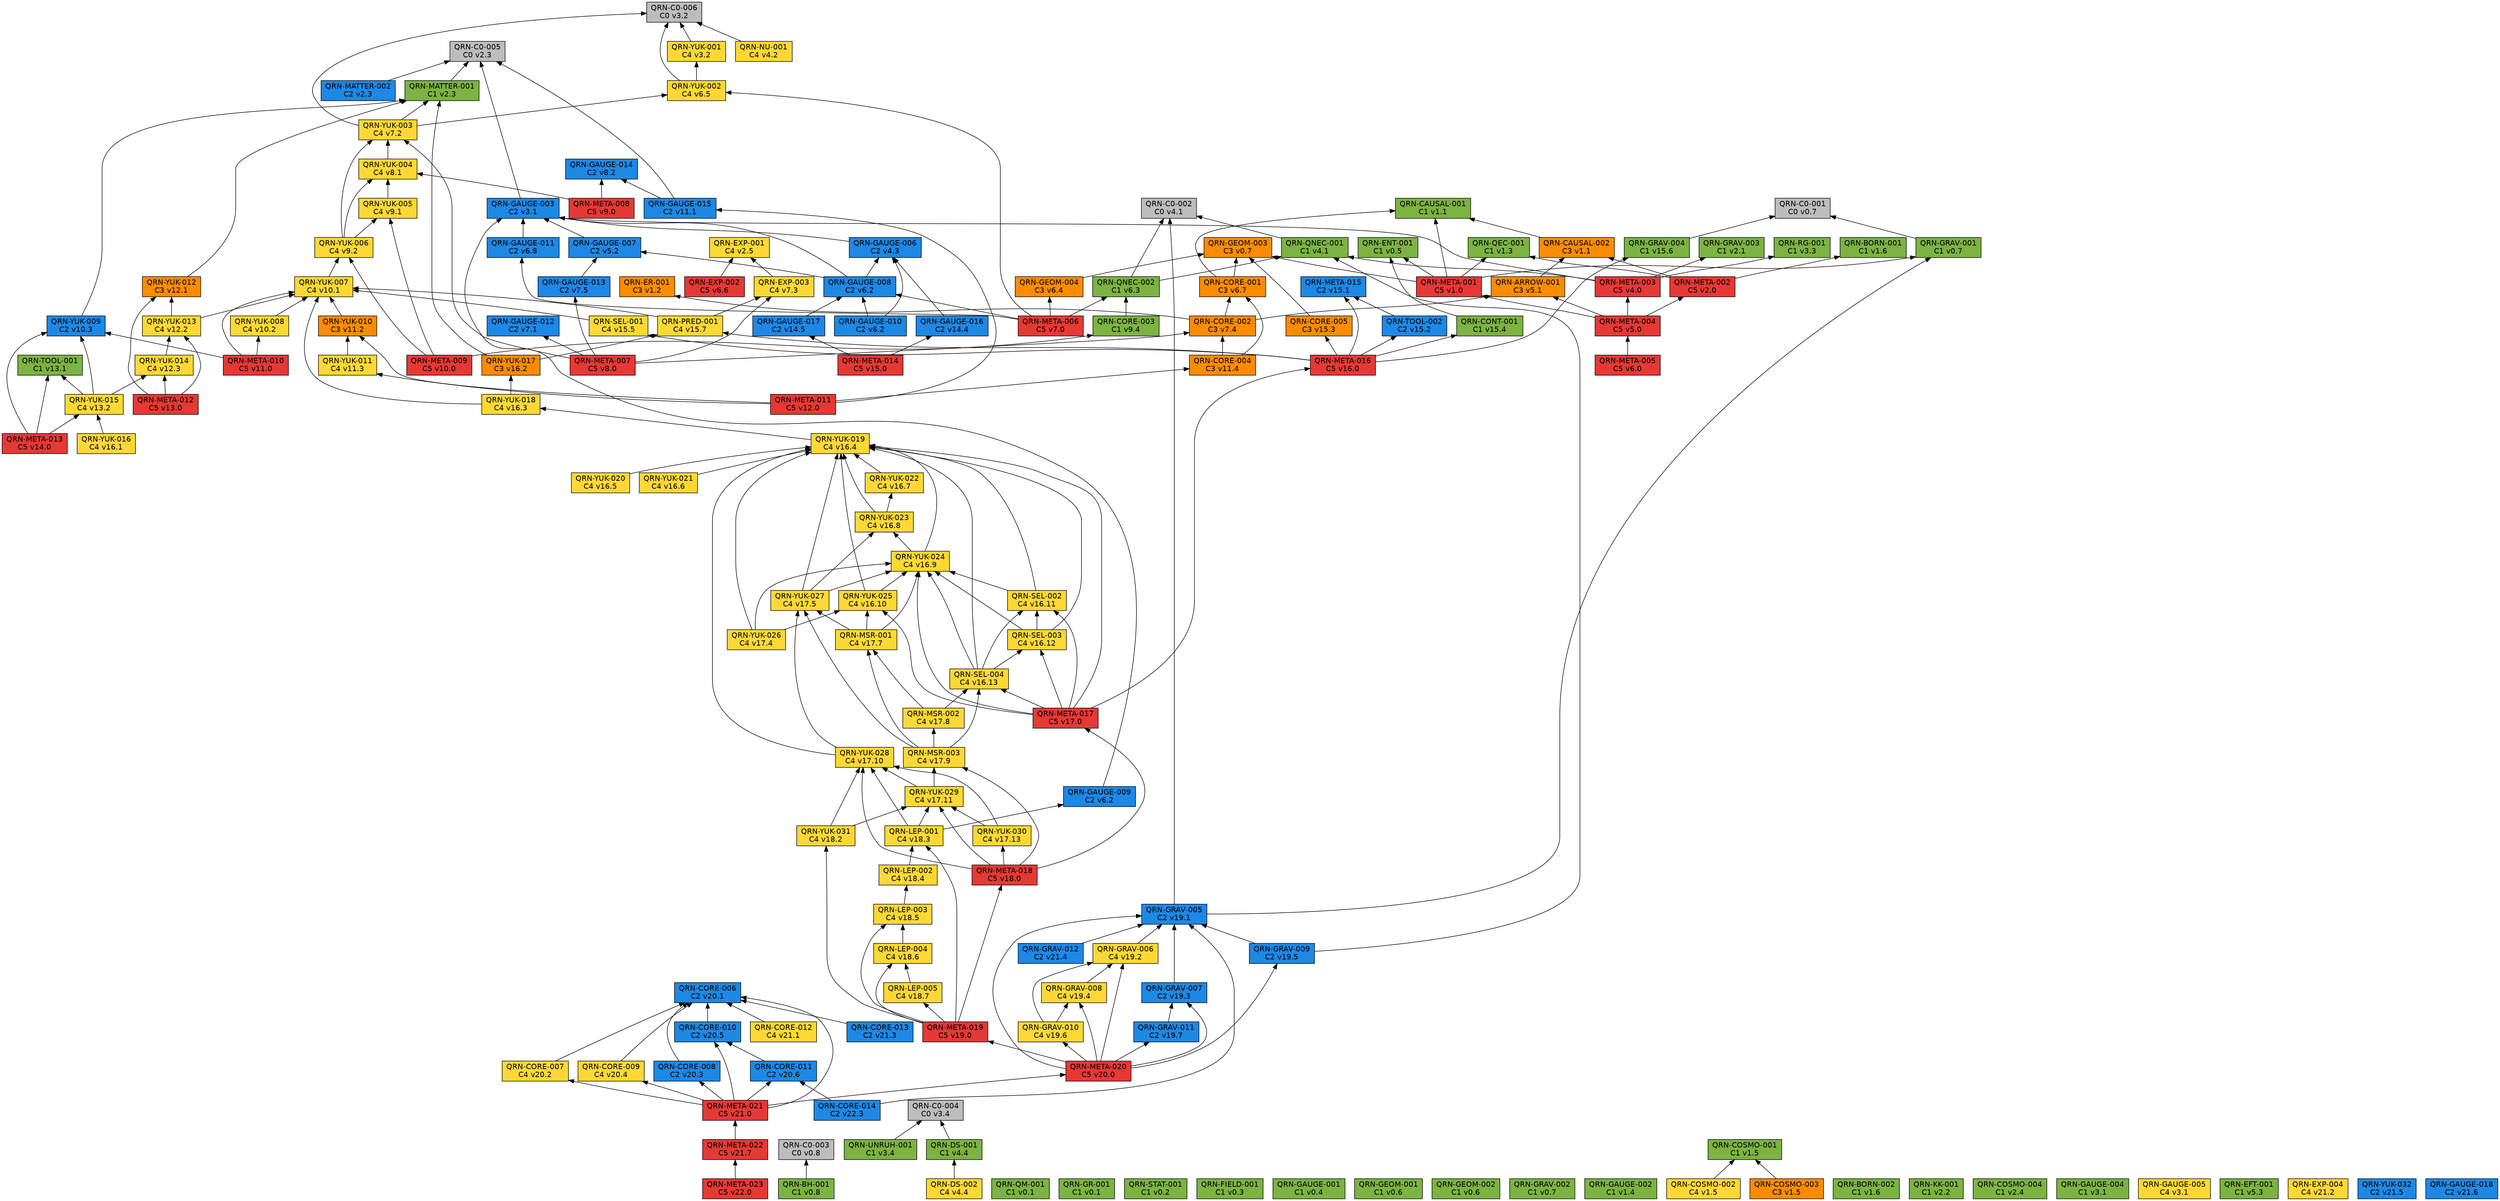
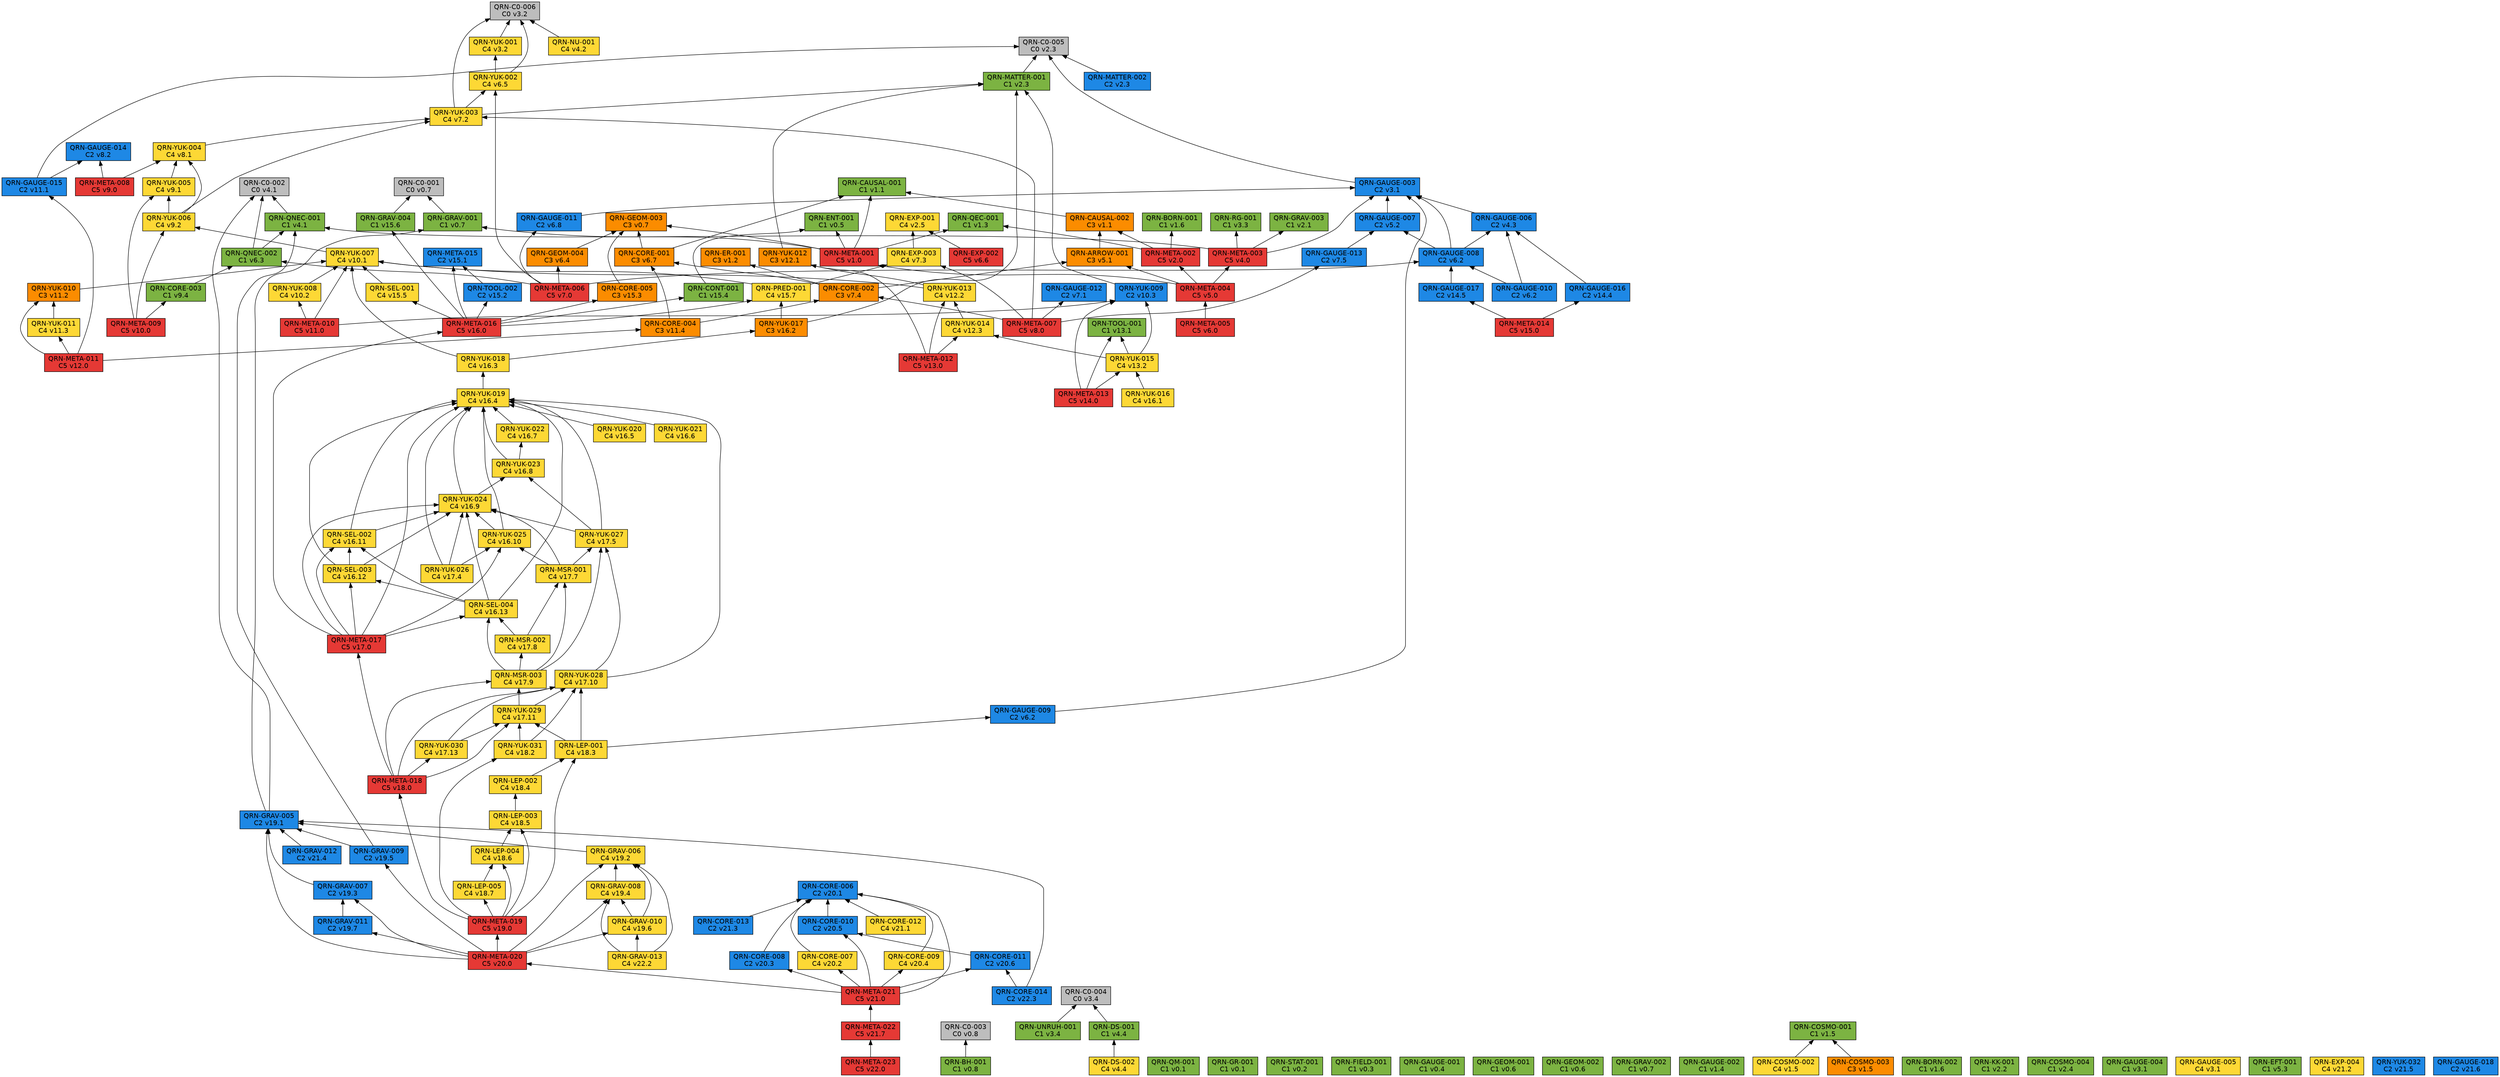
// 自動生成 (dag/report.pl) — QRN 主張依存グラフ
digraph qrn {
  rankdir=BT;
  node [shape=box, style=filled, fontname="Helvetica"];
  "QRN-C0-001" [fillcolor="#bdbdbd", label="QRN-C0-001\nC0 v0.7"];
  "QRN-C0-002" [fillcolor="#bdbdbd", label="QRN-C0-002\nC0 v4.1"];
  "QRN-C0-003" [fillcolor="#bdbdbd", label="QRN-C0-003\nC0 v0.8"];
  "QRN-C0-004" [fillcolor="#bdbdbd", label="QRN-C0-004\nC0 v3.4"];
  "QRN-C0-005" [fillcolor="#bdbdbd", label="QRN-C0-005\nC0 v2.3"];
  "QRN-C0-006" [fillcolor="#bdbdbd", label="QRN-C0-006\nC0 v3.2"];
  "QRN-QM-001" [fillcolor="#7cb342", label="QRN-QM-001\nC1 v0.1"];
  "QRN-GR-001" [fillcolor="#7cb342", label="QRN-GR-001\nC1 v0.1"];
  "QRN-STAT-001" [fillcolor="#7cb342", label="QRN-STAT-001\nC1 v0.2"];
  "QRN-FIELD-001" [fillcolor="#7cb342", label="QRN-FIELD-001\nC1 v0.3"];
  "QRN-GAUGE-001" [fillcolor="#7cb342", label="QRN-GAUGE-001\nC1 v0.4"];
  "QRN-ENT-001" [fillcolor="#7cb342", label="QRN-ENT-001\nC1 v0.5"];
  "QRN-GEOM-001" [fillcolor="#7cb342", label="QRN-GEOM-001\nC1 v0.6"];
  "QRN-GEOM-002" [fillcolor="#7cb342", label="QRN-GEOM-002\nC1 v0.6"];
  "QRN-GEOM-003" [fillcolor="#fb8c00", label="QRN-GEOM-003\nC3 v0.7"];
  "QRN-GRAV-001" [fillcolor="#7cb342", label="QRN-GRAV-001\nC1 v0.7"];
  "QRN-GRAV-002" [fillcolor="#7cb342", label="QRN-GRAV-002\nC1 v0.7"];
  "QRN-BH-001" [fillcolor="#7cb342", label="QRN-BH-001\nC1 v0.8"];
  "QRN-CAUSAL-001" [fillcolor="#7cb342", label="QRN-CAUSAL-001\nC1 v1.1"];
  "QRN-CAUSAL-002" [fillcolor="#fb8c00", label="QRN-CAUSAL-002\nC3 v1.1"];
  "QRN-ER-001" [fillcolor="#fb8c00", label="QRN-ER-001\nC3 v1.2"];
  "QRN-QEC-001" [fillcolor="#7cb342", label="QRN-QEC-001\nC1 v1.3"];
  "QRN-GAUGE-002" [fillcolor="#7cb342", label="QRN-GAUGE-002\nC1 v1.4"];
  "QRN-COSMO-001" [fillcolor="#7cb342", label="QRN-COSMO-001\nC1 v1.5"];
  "QRN-COSMO-002" [fillcolor="#fdd835", label="QRN-COSMO-002\nC4 v1.5"];
  "QRN-COSMO-003" [fillcolor="#fb8c00", label="QRN-COSMO-003\nC3 v1.5"];
  "QRN-BORN-001" [fillcolor="#7cb342", label="QRN-BORN-001\nC1 v1.6"];
  "QRN-BORN-002" [fillcolor="#7cb342", label="QRN-BORN-002\nC1 v1.6"];
  "QRN-GRAV-003" [fillcolor="#7cb342", label="QRN-GRAV-003\nC1 v2.1"];
  "QRN-KK-001" [fillcolor="#7cb342", label="QRN-KK-001\nC1 v2.2"];
  "QRN-MATTER-001" [fillcolor="#7cb342", label="QRN-MATTER-001\nC1 v2.3"];
  "QRN-MATTER-002" [fillcolor="#1e88e5", label="QRN-MATTER-002\nC2 v2.3"];
  "QRN-COSMO-004" [fillcolor="#7cb342", label="QRN-COSMO-004\nC1 v2.4"];
  "QRN-EXP-001" [fillcolor="#fdd835", label="QRN-EXP-001\nC4 v2.5"];
  "QRN-GAUGE-003" [fillcolor="#1e88e5", label="QRN-GAUGE-003\nC2 v3.1"];
  "QRN-GAUGE-004" [fillcolor="#7cb342", label="QRN-GAUGE-004\nC1 v3.1"];
  "QRN-GAUGE-005" [fillcolor="#fdd835", label="QRN-GAUGE-005\nC4 v3.1"];
  "QRN-YUK-001" [fillcolor="#fdd835", label="QRN-YUK-001\nC4 v3.2"];
  "QRN-RG-001" [fillcolor="#7cb342", label="QRN-RG-001\nC1 v3.3"];
  "QRN-UNRUH-001" [fillcolor="#7cb342", label="QRN-UNRUH-001\nC1 v3.4"];
  "QRN-QNEC-001" [fillcolor="#7cb342", label="QRN-QNEC-001\nC1 v4.1"];
  "QRN-NU-001" [fillcolor="#fdd835", label="QRN-NU-001\nC4 v4.2"];
  "QRN-GAUGE-006" [fillcolor="#1e88e5", label="QRN-GAUGE-006\nC2 v4.3"];
  "QRN-DS-001" [fillcolor="#7cb342", label="QRN-DS-001\nC1 v4.4"];
  "QRN-DS-002" [fillcolor="#fdd835", label="QRN-DS-002\nC4 v4.4"];
  "QRN-ARROW-001" [fillcolor="#fb8c00", label="QRN-ARROW-001\nC3 v5.1"];
  "QRN-GAUGE-007" [fillcolor="#1e88e5", label="QRN-GAUGE-007\nC2 v5.2"];
  "QRN-EFT-001" [fillcolor="#7cb342", label="QRN-EFT-001\nC1 v5.3"];
  "QRN-GAUGE-008" [fillcolor="#1e88e5", label="QRN-GAUGE-008\nC2 v6.2"];
  "QRN-GAUGE-009" [fillcolor="#1e88e5", label="QRN-GAUGE-009\nC2 v6.2"];
  "QRN-GAUGE-010" [fillcolor="#1e88e5", label="QRN-GAUGE-010\nC2 v6.2"];
  "QRN-QNEC-002" [fillcolor="#7cb342", label="QRN-QNEC-002\nC1 v6.3"];
  "QRN-GEOM-004" [fillcolor="#fb8c00", label="QRN-GEOM-004\nC3 v6.4"];
  "QRN-YUK-002" [fillcolor="#fdd835", label="QRN-YUK-002\nC4 v6.5"];
  "QRN-EXP-002" [fillcolor="#e53935", label="QRN-EXP-002\nC5 v6.6"];
  "QRN-CORE-001" [fillcolor="#fb8c00", label="QRN-CORE-001\nC3 v6.7"];
  "QRN-GAUGE-011" [fillcolor="#1e88e5", label="QRN-GAUGE-011\nC2 v6.8"];
  "QRN-GAUGE-012" [fillcolor="#1e88e5", label="QRN-GAUGE-012\nC2 v7.1"];
  "QRN-YUK-003" [fillcolor="#fdd835", label="QRN-YUK-003\nC4 v7.2"];
  "QRN-EXP-003" [fillcolor="#fdd835", label="QRN-EXP-003\nC4 v7.3"];
  "QRN-CORE-002" [fillcolor="#fb8c00", label="QRN-CORE-002\nC3 v7.4"];
  "QRN-GAUGE-013" [fillcolor="#1e88e5", label="QRN-GAUGE-013\nC2 v7.5"];
  "QRN-YUK-004" [fillcolor="#fdd835", label="QRN-YUK-004\nC4 v8.1"];
  "QRN-GAUGE-014" [fillcolor="#1e88e5", label="QRN-GAUGE-014\nC2 v8.2"];
  "QRN-META-001" [fillcolor="#e53935", label="QRN-META-001\nC5 v1.0"];
  "QRN-META-002" [fillcolor="#e53935", label="QRN-META-002\nC5 v2.0"];
  "QRN-META-003" [fillcolor="#e53935", label="QRN-META-003\nC5 v4.0"];
  "QRN-META-004" [fillcolor="#e53935", label="QRN-META-004\nC5 v5.0"];
  "QRN-META-005" [fillcolor="#e53935", label="QRN-META-005\nC5 v6.0"];
  "QRN-META-006" [fillcolor="#e53935", label="QRN-META-006\nC5 v7.0"];
  "QRN-META-007" [fillcolor="#e53935", label="QRN-META-007\nC5 v8.0"];
  "QRN-META-008" [fillcolor="#e53935", label="QRN-META-008\nC5 v9.0"];
  "QRN-YUK-005" [fillcolor="#fdd835", label="QRN-YUK-005\nC4 v9.1"];
  "QRN-YUK-006" [fillcolor="#fdd835", label="QRN-YUK-006\nC4 v9.2"];
  "QRN-CORE-003" [fillcolor="#7cb342", label="QRN-CORE-003\nC1 v9.4"];
  "QRN-META-009" [fillcolor="#e53935", label="QRN-META-009\nC5 v10.0"];
  "QRN-YUK-007" [fillcolor="#fdd835", label="QRN-YUK-007\nC4 v10.1"];
  "QRN-YUK-008" [fillcolor="#fdd835", label="QRN-YUK-008\nC4 v10.2"];
  "QRN-YUK-009" [fillcolor="#1e88e5", label="QRN-YUK-009\nC2 v10.3"];
  "QRN-META-010" [fillcolor="#e53935", label="QRN-META-010\nC5 v11.0"];
  "QRN-GAUGE-015" [fillcolor="#1e88e5", label="QRN-GAUGE-015\nC2 v11.1"];
  "QRN-YUK-010" [fillcolor="#fb8c00", label="QRN-YUK-010\nC3 v11.2"];
  "QRN-YUK-011" [fillcolor="#fdd835", label="QRN-YUK-011\nC4 v11.3"];
  "QRN-CORE-004" [fillcolor="#fb8c00", label="QRN-CORE-004\nC3 v11.4"];
  "QRN-META-011" [fillcolor="#e53935", label="QRN-META-011\nC5 v12.0"];
  "QRN-YUK-012" [fillcolor="#fb8c00", label="QRN-YUK-012\nC3 v12.1"];
  "QRN-YUK-013" [fillcolor="#fdd835", label="QRN-YUK-013\nC4 v12.2"];
  "QRN-YUK-014" [fillcolor="#fdd835", label="QRN-YUK-014\nC4 v12.3"];
  "QRN-META-012" [fillcolor="#e53935", label="QRN-META-012\nC5 v13.0"];
  "QRN-TOOL-001" [fillcolor="#7cb342", label="QRN-TOOL-001\nC1 v13.1"];
  "QRN-YUK-015" [fillcolor="#fdd835", label="QRN-YUK-015\nC4 v13.2"];
  "QRN-META-013" [fillcolor="#e53935", label="QRN-META-013\nC5 v14.0"];
  "QRN-GAUGE-016" [fillcolor="#1e88e5", label="QRN-GAUGE-016\nC2 v14.4"];
  "QRN-GAUGE-017" [fillcolor="#1e88e5", label="QRN-GAUGE-017\nC2 v14.5"];
  "QRN-META-014" [fillcolor="#e53935", label="QRN-META-014\nC5 v15.0"];
  "QRN-META-015" [fillcolor="#1e88e5", label="QRN-META-015\nC2 v15.1"];
  "QRN-TOOL-002" [fillcolor="#1e88e5", label="QRN-TOOL-002\nC2 v15.2"];
  "QRN-CORE-005" [fillcolor="#fb8c00", label="QRN-CORE-005\nC3 v15.3"];
  "QRN-CONT-001" [fillcolor="#7cb342", label="QRN-CONT-001\nC1 v15.4"];
  "QRN-SEL-001" [fillcolor="#fdd835", label="QRN-SEL-001\nC4 v15.5"];
  "QRN-GRAV-004" [fillcolor="#7cb342", label="QRN-GRAV-004\nC1 v15.6"];
  "QRN-PRED-001" [fillcolor="#fdd835", label="QRN-PRED-001\nC4 v15.7"];
  "QRN-META-016" [fillcolor="#e53935", label="QRN-META-016\nC5 v16.0"];
  "QRN-YUK-016" [fillcolor="#fdd835", label="QRN-YUK-016\nC4 v16.1"];
  "QRN-YUK-017" [fillcolor="#fb8c00", label="QRN-YUK-017\nC3 v16.2"];
  "QRN-YUK-018" [fillcolor="#fdd835", label="QRN-YUK-018\nC4 v16.3"];
  "QRN-YUK-019" [fillcolor="#fdd835", label="QRN-YUK-019\nC4 v16.4"];
  "QRN-YUK-020" [fillcolor="#fdd835", label="QRN-YUK-020\nC4 v16.5"];
  "QRN-YUK-021" [fillcolor="#fdd835", label="QRN-YUK-021\nC4 v16.6"];
  "QRN-YUK-022" [fillcolor="#fdd835", label="QRN-YUK-022\nC4 v16.7"];
  "QRN-YUK-023" [fillcolor="#fdd835", label="QRN-YUK-023\nC4 v16.8"];
  "QRN-YUK-024" [fillcolor="#fdd835", label="QRN-YUK-024\nC4 v16.9"];
  "QRN-YUK-025" [fillcolor="#fdd835", label="QRN-YUK-025\nC4 v16.10"];
  "QRN-SEL-002" [fillcolor="#fdd835", label="QRN-SEL-002\nC4 v16.11"];
  "QRN-SEL-003" [fillcolor="#fdd835", label="QRN-SEL-003\nC4 v16.12"];
  "QRN-SEL-004" [fillcolor="#fdd835", label="QRN-SEL-004\nC4 v16.13"];
  "QRN-META-017" [fillcolor="#e53935", label="QRN-META-017\nC5 v17.0"];
  "QRN-YUK-026" [fillcolor="#fdd835", label="QRN-YUK-026\nC4 v17.4"];
  "QRN-YUK-027" [fillcolor="#fdd835", label="QRN-YUK-027\nC4 v17.5"];
  "QRN-MSR-001" [fillcolor="#fdd835", label="QRN-MSR-001\nC4 v17.7"];
  "QRN-MSR-002" [fillcolor="#fdd835", label="QRN-MSR-002\nC4 v17.8"];
  "QRN-MSR-003" [fillcolor="#fdd835", label="QRN-MSR-003\nC4 v17.9"];
  "QRN-YUK-028" [fillcolor="#fdd835", label="QRN-YUK-028\nC4 v17.10"];
  "QRN-YUK-029" [fillcolor="#fdd835", label="QRN-YUK-029\nC4 v17.11"];
  "QRN-YUK-030" [fillcolor="#fdd835", label="QRN-YUK-030\nC4 v17.13"];
  "QRN-META-018" [fillcolor="#e53935", label="QRN-META-018\nC5 v18.0"];
  "QRN-YUK-031" [fillcolor="#fdd835", label="QRN-YUK-031\nC4 v18.2"];
  "QRN-LEP-001" [fillcolor="#fdd835", label="QRN-LEP-001\nC4 v18.3"];
  "QRN-LEP-002" [fillcolor="#fdd835", label="QRN-LEP-002\nC4 v18.4"];
  "QRN-LEP-003" [fillcolor="#fdd835", label="QRN-LEP-003\nC4 v18.5"];
  "QRN-LEP-004" [fillcolor="#fdd835", label="QRN-LEP-004\nC4 v18.6"];
  "QRN-LEP-005" [fillcolor="#fdd835", label="QRN-LEP-005\nC4 v18.7"];
  "QRN-META-019" [fillcolor="#e53935", label="QRN-META-019\nC5 v19.0"];
  "QRN-GRAV-005" [fillcolor="#1e88e5", label="QRN-GRAV-005\nC2 v19.1"];
  "QRN-GRAV-006" [fillcolor="#fdd835", label="QRN-GRAV-006\nC4 v19.2"];
  "QRN-GRAV-007" [fillcolor="#1e88e5", label="QRN-GRAV-007\nC2 v19.3"];
  "QRN-GRAV-008" [fillcolor="#fdd835", label="QRN-GRAV-008\nC4 v19.4"];
  "QRN-GRAV-009" [fillcolor="#1e88e5", label="QRN-GRAV-009\nC2 v19.5"];
  "QRN-GRAV-010" [fillcolor="#fdd835", label="QRN-GRAV-010\nC4 v19.6"];
  "QRN-GRAV-011" [fillcolor="#1e88e5", label="QRN-GRAV-011\nC2 v19.7"];
  "QRN-META-020" [fillcolor="#e53935", label="QRN-META-020\nC5 v20.0"];
  "QRN-CORE-006" [fillcolor="#1e88e5", label="QRN-CORE-006\nC2 v20.1"];
  "QRN-CORE-007" [fillcolor="#fdd835", label="QRN-CORE-007\nC4 v20.2"];
  "QRN-CORE-008" [fillcolor="#1e88e5", label="QRN-CORE-008\nC2 v20.3"];
  "QRN-CORE-009" [fillcolor="#fdd835", label="QRN-CORE-009\nC4 v20.4"];
  "QRN-CORE-010" [fillcolor="#1e88e5", label="QRN-CORE-010\nC2 v20.5"];
  "QRN-CORE-011" [fillcolor="#1e88e5", label="QRN-CORE-011\nC2 v20.6"];
  "QRN-META-021" [fillcolor="#e53935", label="QRN-META-021\nC5 v21.0"];
  "QRN-CORE-012" [fillcolor="#fdd835", label="QRN-CORE-012\nC4 v21.1"];
  "QRN-EXP-004" [fillcolor="#fdd835", label="QRN-EXP-004\nC4 v21.2"];
  "QRN-CORE-013" [fillcolor="#1e88e5", label="QRN-CORE-013\nC2 v21.3"];
  "QRN-GRAV-012" [fillcolor="#1e88e5", label="QRN-GRAV-012\nC2 v21.4"];
  "QRN-YUK-032" [fillcolor="#1e88e5", label="QRN-YUK-032\nC2 v21.5"];
  "QRN-GAUGE-018" [fillcolor="#1e88e5", label="QRN-GAUGE-018\nC2 v21.6"];
  "QRN-META-022" [fillcolor="#e53935", label="QRN-META-022\nC5 v21.7"];
  "QRN-META-023" [fillcolor="#e53935", label="QRN-META-023\nC5 v22.0"];
  "QRN-CORE-014" [fillcolor="#1e88e5", label="QRN-CORE-014\nC2 v22.3"];
+   "QRN-GRAV-013" [fillcolor="#fdd835", label="QRN-GRAV-013\nC4 v22.2"];
  "QRN-GRAV-001" -> "QRN-C0-001";
  "QRN-BH-001" -> "QRN-C0-003";
  "QRN-CAUSAL-002" -> "QRN-CAUSAL-001";
  "QRN-COSMO-002" -> "QRN-COSMO-001";
  "QRN-COSMO-003" -> "QRN-COSMO-001";
  "QRN-MATTER-001" -> "QRN-C0-005";
  "QRN-MATTER-002" -> "QRN-C0-005";
  "QRN-GAUGE-003" -> "QRN-C0-005";
  "QRN-YUK-001" -> "QRN-C0-006";
  "QRN-UNRUH-001" -> "QRN-C0-004";
  "QRN-QNEC-001" -> "QRN-C0-002";
  "QRN-NU-001" -> "QRN-C0-006";
  "QRN-GAUGE-006" -> "QRN-GAUGE-003";
  "QRN-DS-001" -> "QRN-C0-004";
  "QRN-DS-002" -> "QRN-DS-001";
  "QRN-ARROW-001" -> "QRN-CAUSAL-002";
  "QRN-GAUGE-007" -> "QRN-GAUGE-003";
  "QRN-GAUGE-008" -> "QRN-GAUGE-003";
  "QRN-GAUGE-008" -> "QRN-GAUGE-006";
  "QRN-GAUGE-008" -> "QRN-GAUGE-007";
  "QRN-GAUGE-009" -> "QRN-GAUGE-003";
  "QRN-GAUGE-010" -> "QRN-GAUGE-006";
  "QRN-GAUGE-010" -> "QRN-GAUGE-008";
  "QRN-QNEC-002" -> "QRN-C0-002";
  "QRN-QNEC-002" -> "QRN-QNEC-001";
  "QRN-GEOM-004" -> "QRN-GEOM-003";
  "QRN-YUK-002" -> "QRN-C0-006";
  "QRN-YUK-002" -> "QRN-YUK-001";
  "QRN-EXP-002" -> "QRN-EXP-001";
  "QRN-CORE-001" -> "QRN-GEOM-003";
  "QRN-CORE-001" -> "QRN-CAUSAL-001";
  "QRN-GAUGE-011" -> "QRN-GAUGE-003";
  "QRN-YUK-003" -> "QRN-C0-006";
  "QRN-YUK-003" -> "QRN-MATTER-001";
  "QRN-YUK-003" -> "QRN-YUK-002";
  "QRN-EXP-003" -> "QRN-EXP-001";
  "QRN-CORE-002" -> "QRN-CORE-001";
  "QRN-CORE-002" -> "QRN-ER-001";
  "QRN-CORE-002" -> "QRN-ARROW-001";
  "QRN-GAUGE-013" -> "QRN-GAUGE-007";
  "QRN-YUK-004" -> "QRN-YUK-003";
  "QRN-META-001" -> "QRN-GEOM-003";
  "QRN-META-001" -> "QRN-GRAV-001";
  "QRN-META-001" -> "QRN-CAUSAL-001";
  "QRN-META-001" -> "QRN-QEC-001";
  "QRN-META-001" -> "QRN-ENT-001";
  "QRN-META-002" -> "QRN-QEC-001";
  "QRN-META-002" -> "QRN-BORN-001";
  "QRN-META-002" -> "QRN-CAUSAL-002";
  "QRN-META-003" -> "QRN-GAUGE-003";
  "QRN-META-003" -> "QRN-RG-001";
  "QRN-META-003" -> "QRN-QNEC-001";
  "QRN-META-003" -> "QRN-GRAV-003";
  "QRN-META-004" -> "QRN-META-001";
  "QRN-META-004" -> "QRN-META-002";
  "QRN-META-004" -> "QRN-META-003";
  "QRN-META-004" -> "QRN-ARROW-001";
  "QRN-META-005" -> "QRN-META-004";
  "QRN-META-006" -> "QRN-GAUGE-008";
  "QRN-META-006" -> "QRN-QNEC-002";
  "QRN-META-006" -> "QRN-GEOM-004";
  "QRN-META-006" -> "QRN-YUK-002";
  "QRN-META-006" -> "QRN-GAUGE-011";
  "QRN-META-007" -> "QRN-GAUGE-012";
  "QRN-META-007" -> "QRN-YUK-003";
  "QRN-META-007" -> "QRN-EXP-003";
  "QRN-META-007" -> "QRN-CORE-002";
  "QRN-META-007" -> "QRN-GAUGE-013";
  "QRN-META-008" -> "QRN-YUK-004";
  "QRN-META-008" -> "QRN-GAUGE-014";
  "QRN-YUK-005" -> "QRN-YUK-004";
  "QRN-YUK-006" -> "QRN-YUK-003";
  "QRN-YUK-006" -> "QRN-YUK-004";
  "QRN-YUK-006" -> "QRN-YUK-005";
  "QRN-CORE-003" -> "QRN-QNEC-002";
  "QRN-META-009" -> "QRN-YUK-005";
  "QRN-META-009" -> "QRN-YUK-006";
  "QRN-META-009" -> "QRN-CORE-003";
  "QRN-YUK-007" -> "QRN-YUK-006";
  "QRN-YUK-008" -> "QRN-YUK-007";
  "QRN-YUK-009" -> "QRN-MATTER-001";
  "QRN-META-010" -> "QRN-YUK-007";
  "QRN-META-010" -> "QRN-YUK-008";
  "QRN-META-010" -> "QRN-YUK-009";
  "QRN-GAUGE-015" -> "QRN-C0-005";
  "QRN-GAUGE-015" -> "QRN-GAUGE-014";
  "QRN-YUK-010" -> "QRN-YUK-007";
  "QRN-YUK-011" -> "QRN-YUK-010";
  "QRN-CORE-004" -> "QRN-CORE-001";
  "QRN-CORE-004" -> "QRN-CORE-002";
  "QRN-META-011" -> "QRN-GAUGE-015";
  "QRN-META-011" -> "QRN-YUK-010";
  "QRN-META-011" -> "QRN-YUK-011";
  "QRN-META-011" -> "QRN-CORE-004";
  "QRN-YUK-012" -> "QRN-MATTER-001";
  "QRN-YUK-013" -> "QRN-YUK-012";
  "QRN-YUK-013" -> "QRN-YUK-007";
  "QRN-YUK-014" -> "QRN-YUK-013";
  "QRN-META-012" -> "QRN-YUK-012";
  "QRN-META-012" -> "QRN-YUK-013";
  "QRN-META-012" -> "QRN-YUK-014";
  "QRN-YUK-015" -> "QRN-YUK-014";
  "QRN-YUK-015" -> "QRN-TOOL-001";
  "QRN-YUK-015" -> "QRN-YUK-009";
  "QRN-META-013" -> "QRN-YUK-015";
  "QRN-META-013" -> "QRN-TOOL-001";
  "QRN-META-013" -> "QRN-YUK-009";
  "QRN-GAUGE-016" -> "QRN-GAUGE-006";
  "QRN-GAUGE-017" -> "QRN-GAUGE-008";
  "QRN-META-014" -> "QRN-GAUGE-016";
  "QRN-META-014" -> "QRN-GAUGE-017";
  "QRN-TOOL-002" -> "QRN-META-015";
  "QRN-CORE-005" -> "QRN-GEOM-003";
  "QRN-CONT-001" -> "QRN-ENT-001";
  "QRN-SEL-001" -> "QRN-YUK-007";
  "QRN-GRAV-004" -> "QRN-C0-001";
  "QRN-PRED-001" -> "QRN-YUK-007";
  "QRN-PRED-001" -> "QRN-EXP-003";
  "QRN-META-016" -> "QRN-META-015";
  "QRN-META-016" -> "QRN-TOOL-002";
  "QRN-META-016" -> "QRN-CORE-005";
  "QRN-META-016" -> "QRN-CONT-001";
  "QRN-META-016" -> "QRN-SEL-001";
  "QRN-META-016" -> "QRN-GRAV-004";
  "QRN-META-016" -> "QRN-PRED-001";
  "QRN-YUK-016" -> "QRN-YUK-015";
  "QRN-YUK-017" -> "QRN-MATTER-001";
  "QRN-YUK-017" -> "QRN-PRED-001";
  "QRN-YUK-018" -> "QRN-YUK-017";
  "QRN-YUK-018" -> "QRN-YUK-007";
  "QRN-YUK-019" -> "QRN-YUK-018";
  "QRN-YUK-020" -> "QRN-YUK-019";
  "QRN-YUK-021" -> "QRN-YUK-019";
  "QRN-YUK-022" -> "QRN-YUK-019";
  "QRN-YUK-023" -> "QRN-YUK-019";
  "QRN-YUK-023" -> "QRN-YUK-022";
  "QRN-YUK-024" -> "QRN-YUK-019";
  "QRN-YUK-024" -> "QRN-YUK-023";
  "QRN-YUK-025" -> "QRN-YUK-019";
  "QRN-YUK-025" -> "QRN-YUK-024";
  "QRN-SEL-002" -> "QRN-YUK-019";
  "QRN-SEL-002" -> "QRN-YUK-024";
  "QRN-SEL-003" -> "QRN-YUK-019";
  "QRN-SEL-003" -> "QRN-YUK-024";
  "QRN-SEL-003" -> "QRN-SEL-002";
  "QRN-SEL-004" -> "QRN-YUK-019";
  "QRN-SEL-004" -> "QRN-YUK-024";
  "QRN-SEL-004" -> "QRN-SEL-002";
  "QRN-SEL-004" -> "QRN-SEL-003";
  "QRN-META-017" -> "QRN-META-016";
  "QRN-META-017" -> "QRN-YUK-019";
  "QRN-META-017" -> "QRN-YUK-024";
  "QRN-META-017" -> "QRN-YUK-025";
  "QRN-META-017" -> "QRN-SEL-002";
  "QRN-META-017" -> "QRN-SEL-003";
  "QRN-META-017" -> "QRN-SEL-004";
  "QRN-YUK-026" -> "QRN-YUK-019";
  "QRN-YUK-026" -> "QRN-YUK-024";
  "QRN-YUK-026" -> "QRN-YUK-025";
  "QRN-YUK-027" -> "QRN-YUK-019";
  "QRN-YUK-027" -> "QRN-YUK-023";
  "QRN-YUK-027" -> "QRN-YUK-024";
  "QRN-MSR-001" -> "QRN-YUK-024";
  "QRN-MSR-001" -> "QRN-YUK-025";
  "QRN-MSR-001" -> "QRN-YUK-027";
  "QRN-MSR-002" -> "QRN-SEL-004";
  "QRN-MSR-002" -> "QRN-MSR-001";
  "QRN-MSR-003" -> "QRN-MSR-001";
  "QRN-MSR-003" -> "QRN-MSR-002";
  "QRN-MSR-003" -> "QRN-SEL-004";
  "QRN-MSR-003" -> "QRN-YUK-027";
  "QRN-YUK-028" -> "QRN-YUK-019";
  "QRN-YUK-028" -> "QRN-YUK-027";
  "QRN-YUK-029" -> "QRN-YUK-028";
  "QRN-YUK-029" -> "QRN-MSR-003";
  "QRN-YUK-030" -> "QRN-YUK-028";
  "QRN-YUK-030" -> "QRN-YUK-029";
  "QRN-META-018" -> "QRN-META-017";
  "QRN-META-018" -> "QRN-MSR-003";
  "QRN-META-018" -> "QRN-YUK-028";
  "QRN-META-018" -> "QRN-YUK-029";
  "QRN-META-018" -> "QRN-YUK-030";
  "QRN-YUK-031" -> "QRN-YUK-028";
  "QRN-YUK-031" -> "QRN-YUK-029";
  "QRN-LEP-001" -> "QRN-YUK-028";
  "QRN-LEP-001" -> "QRN-YUK-029";
  "QRN-LEP-001" -> "QRN-GAUGE-009";
  "QRN-LEP-002" -> "QRN-LEP-001";
  "QRN-LEP-003" -> "QRN-LEP-002";
  "QRN-LEP-004" -> "QRN-LEP-003";
  "QRN-LEP-005" -> "QRN-LEP-004";
  "QRN-META-019" -> "QRN-META-018";
  "QRN-META-019" -> "QRN-YUK-031";
  "QRN-META-019" -> "QRN-LEP-001";
  "QRN-META-019" -> "QRN-LEP-003";
  "QRN-META-019" -> "QRN-LEP-004";
  "QRN-META-019" -> "QRN-LEP-005";
  "QRN-GRAV-005" -> "QRN-C0-002";
  "QRN-GRAV-005" -> "QRN-GRAV-001";
  "QRN-GRAV-006" -> "QRN-GRAV-005";
  "QRN-GRAV-007" -> "QRN-GRAV-005";
  "QRN-GRAV-008" -> "QRN-GRAV-006";
  "QRN-GRAV-009" -> "QRN-GRAV-005";
  "QRN-GRAV-009" -> "QRN-QNEC-001";
  "QRN-GRAV-010" -> "QRN-GRAV-006";
  "QRN-GRAV-010" -> "QRN-GRAV-008";
  "QRN-GRAV-011" -> "QRN-GRAV-007";
  "QRN-META-020" -> "QRN-META-019";
  "QRN-META-020" -> "QRN-GRAV-005";
  "QRN-META-020" -> "QRN-GRAV-006";
  "QRN-META-020" -> "QRN-GRAV-007";
  "QRN-META-020" -> "QRN-GRAV-008";
  "QRN-META-020" -> "QRN-GRAV-009";
  "QRN-META-020" -> "QRN-GRAV-010";
  "QRN-META-020" -> "QRN-GRAV-011";
  "QRN-CORE-007" -> "QRN-CORE-006";
  "QRN-CORE-008" -> "QRN-CORE-006";
  "QRN-CORE-009" -> "QRN-CORE-006";
  "QRN-CORE-010" -> "QRN-CORE-006";
  "QRN-CORE-011" -> "QRN-CORE-010";
  "QRN-META-021" -> "QRN-META-020";
  "QRN-META-021" -> "QRN-CORE-006";
  "QRN-META-021" -> "QRN-CORE-007";
  "QRN-META-021" -> "QRN-CORE-008";
  "QRN-META-021" -> "QRN-CORE-009";
  "QRN-META-021" -> "QRN-CORE-010";
  "QRN-META-021" -> "QRN-CORE-011";
  "QRN-CORE-012" -> "QRN-CORE-006";
  "QRN-CORE-013" -> "QRN-CORE-006";
  "QRN-GRAV-012" -> "QRN-GRAV-005";
  "QRN-META-022" -> "QRN-META-021";
  "QRN-META-023" -> "QRN-META-022";
  "QRN-CORE-014" -> "QRN-CORE-011";
  "QRN-CORE-014" -> "QRN-GRAV-005";
+   "QRN-GRAV-013" -> "QRN-GRAV-006";
+   "QRN-GRAV-013" -> "QRN-GRAV-008";
+   "QRN-GRAV-013" -> "QRN-GRAV-010";
}
